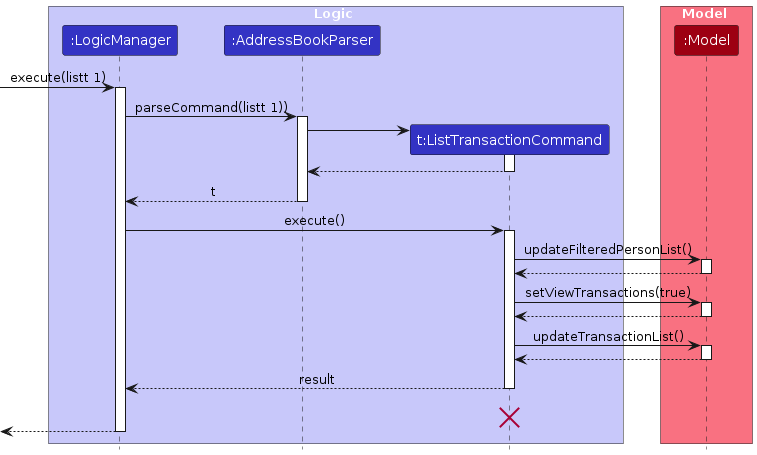
The PlantUML diagram diagrams/ListTransactionsDiagram.png in reginateh/tp, before a commit. Its source is kept beside it as diagrams/ListTransactionsDiagram.puml. Source of this version:
```plantuml
@startuml
!include style.puml
skinparam ArrowFontStyle plain

box Logic LOGIC_COLOR_T1
participant ":LogicManager" as LogicManager LOGIC_COLOR
participant ":AddressBookParser" as AddressBookParser LOGIC_COLOR
participant "t:ListTransactionCommand" as ListTransactionCommand LOGIC_COLOR
end box

box Model MODEL_COLOR_T1
participant ":Model" as Model MODEL_COLOR
end box
[-> LogicManager : execute(listt 1)
activate LogicManager

LogicManager -> AddressBookParser : parseCommand(listt 1))
activate AddressBookParser

create ListTransactionCommand
AddressBookParser -> ListTransactionCommand
activate ListTransactionCommand

ListTransactionCommand --> AddressBookParser
deactivate ListTransactionCommand

AddressBookParser --> LogicManager : t
deactivate AddressBookParser

LogicManager -> ListTransactionCommand : execute()
activate ListTransactionCommand

ListTransactionCommand -> Model : updateFilteredPersonList()
activate Model

Model --> ListTransactionCommand
deactivate Model

ListTransactionCommand -> Model : setViewTransactions(true)
activate Model

Model --> ListTransactionCommand
deactivate Model

ListTransactionCommand -> Model : updateTransactionList()
activate Model

Model --> ListTransactionCommand
deactivate Model

ListTransactionCommand --> LogicManager : result
deactivate ListTransactionCommand
ListTransactionCommand -[hidden]-> LogicManager : result
destroy ListTransactionCommand

[<--LogicManager
deactivate LogicManager
@enduml
```
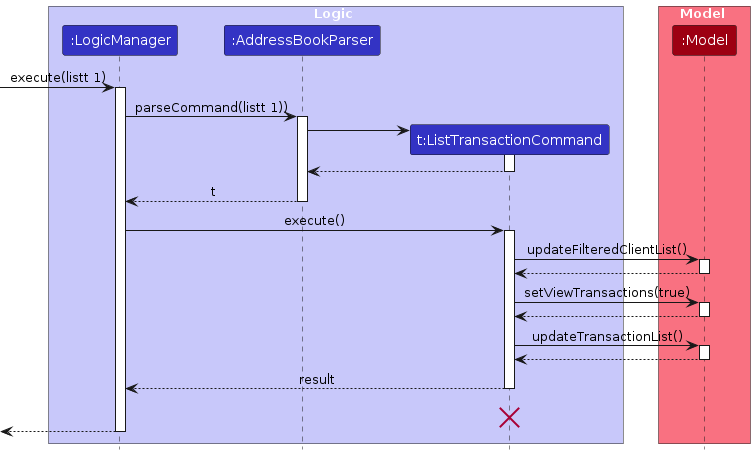
The same diagram one commit later.

What changed in the source:
```diff
@@ -30,7 +30,7 @@
 LogicManager -> ListTransactionCommand : execute()
 activate ListTransactionCommand
 
-ListTransactionCommand -> Model : updateFilteredPersonList()
+ListTransactionCommand -> Model : updateFilteredClientList()
 activate Model
 
 Model --> ListTransactionCommand
```
